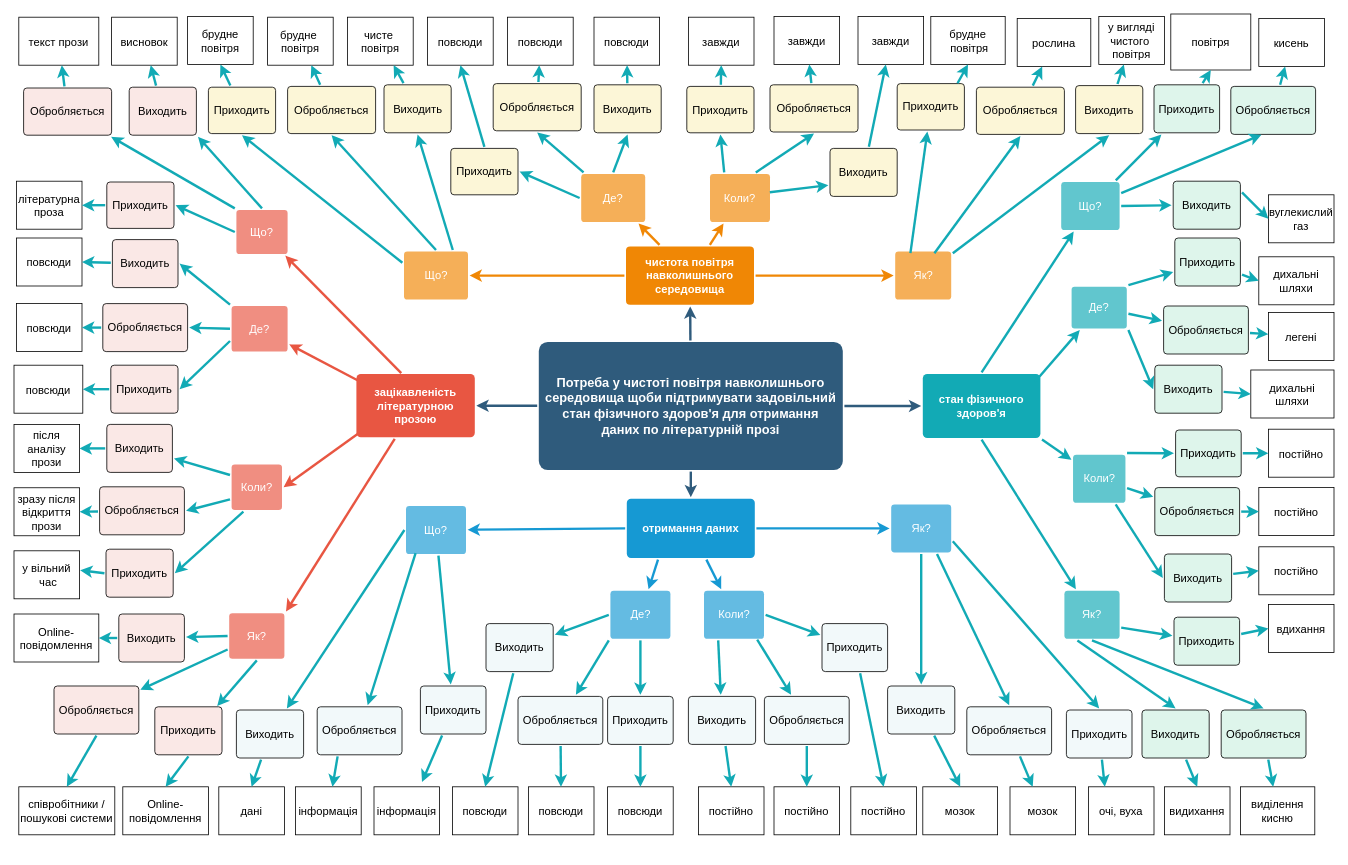
Earlier version of the draw.io diagram 1-SoftwareRequirements/1.1-DeterminingConsumerNeeds/1.1.2-MaterialNeedsDetails/MindMap.drawio (oleksandrblazhko/ai-216-shapoval). Source tidied: cells renumbered, new cells numbered last; positions are measured from the earlier drawing's top-left corner, leaving out a move shared by most shapes. Both pictures are drawn from the tidied source at 80%, with x=0, y=0 at pixel (14, 14).
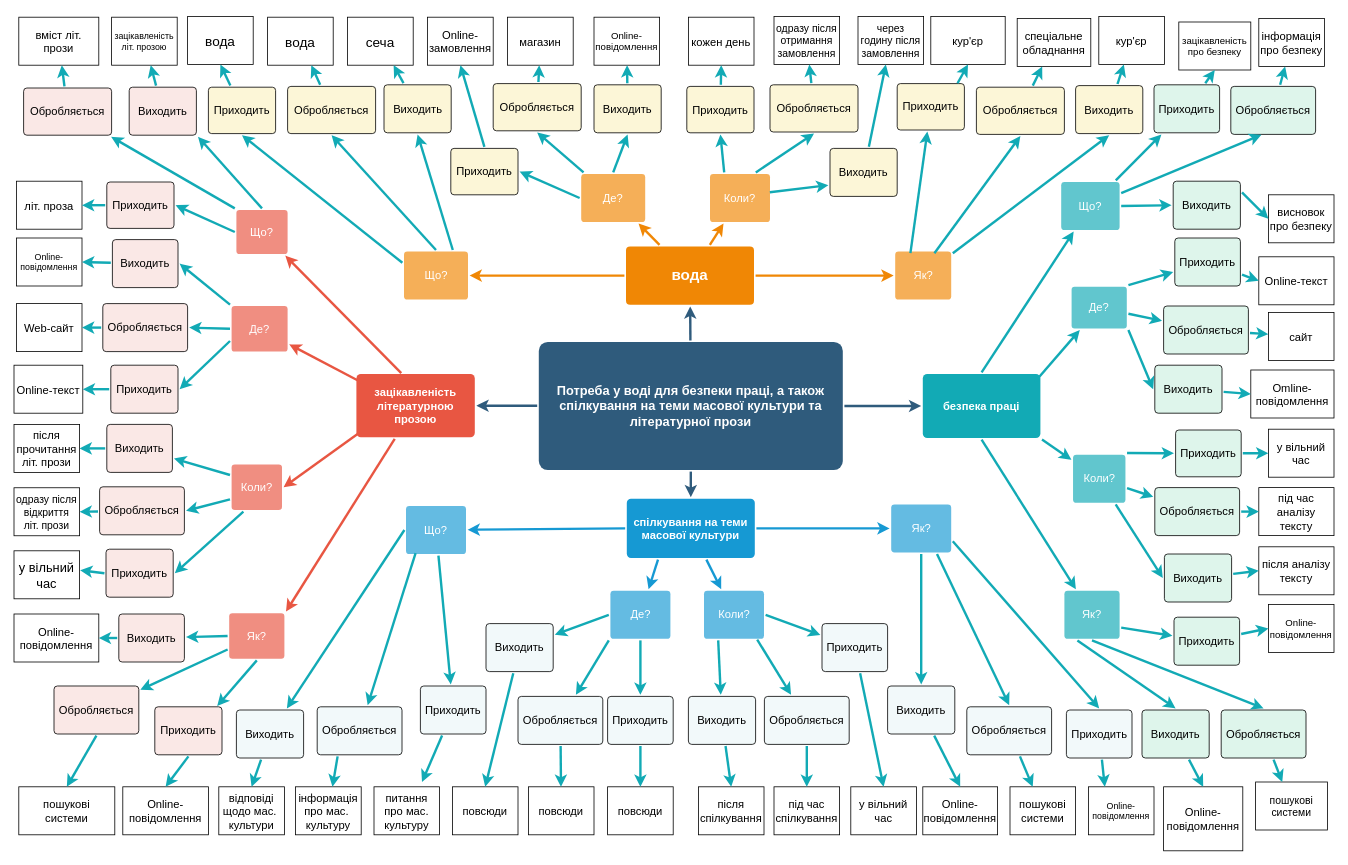
The same diagram, later.

The edit, as a diff of the source:
```diff
@@
-    <mxCell id="6" value="Потреба у чистоті повітря навколишнього середовища щоби підтримувати задовільний стан фізичного здоров'я для отримання даних по літературній прозі" style="rounded=1;whiteSpace=wrap;html=1;shadow=0;labelBackgroundColor=none;strokeColor=none;strokeWidth=3;fillColor=#2F5B7C;fontFamily=Helvetica;fontSize=16;fontColor=#FFFFFF;align=center;fontStyle=1;spacing=5;arcSize=7;perimeterSpacing=2;" parent="1" vertex="1">
+    <mxCell id="6" value="Потреба у воді для безпеки праці, а також спілкування на теми масової культури та літературної прози" style="rounded=1;whiteSpace=wrap;html=1;shadow=0;labelBackgroundColor=none;strokeColor=none;strokeWidth=3;fillColor=#2F5B7C;fontFamily=Helvetica;fontSize=16;fontColor=#FFFFFF;align=center;fontStyle=1;spacing=5;arcSize=7;perimeterSpacing=2;" parent="1" vertex="1">
       <mxGeometry x="656" y="410" width="380" height="160" as="geometry" />
     </mxCell>
@@
-    <mxCell id="8" value="отримання даних" style="rounded=1;whiteSpace=wrap;html=1;shadow=0;labelBackgroundColor=none;strokeColor=none;strokeWidth=3;fillColor=#1699d3;fontFamily=Helvetica;fontSize=14;fontColor=#FFFFFF;align=center;spacing=5;fontStyle=1;arcSize=7;perimeterSpacing=2;" parent="1" vertex="1">
+    <mxCell id="8" value="спілкування на теми масової культури" style="rounded=1;whiteSpace=wrap;html=1;shadow=0;labelBackgroundColor=none;strokeColor=none;strokeWidth=3;fillColor=#1699d3;fontFamily=Helvetica;fontSize=14;fontColor=#FFFFFF;align=center;spacing=5;fontStyle=1;arcSize=7;perimeterSpacing=2;" parent="1" vertex="1">
       <mxGeometry x="766" y="606" width="160" height="74" as="geometry" />
     </mxCell>
-    <mxCell id="9" value="чистота повітря навколишнього середовища" style="rounded=1;whiteSpace=wrap;html=1;shadow=0;labelBackgroundColor=none;strokeColor=none;strokeWidth=3;fillColor=#F08705;fontFamily=Helvetica;fontSize=14;fontColor=#FFFFFF;align=center;spacing=5;fontStyle=1;arcSize=7;perimeterSpacing=2;" parent="1" vertex="1">
+    <mxCell id="9" value="вода" style="rounded=1;whiteSpace=wrap;html=1;shadow=0;labelBackgroundColor=none;strokeColor=none;strokeWidth=3;fillColor=#F08705;fontFamily=Helvetica;fontSize=19;fontColor=#FFFFFF;align=center;spacing=5;fontStyle=1;arcSize=7;perimeterSpacing=2;" parent="1" vertex="1">
       <mxGeometry x="765" y="290.5" width="160" height="73" as="geometry" />
     </mxCell>
-    <mxCell id="10" value="стан фізичного здоров'я" style="rounded=1;whiteSpace=wrap;html=1;shadow=0;labelBackgroundColor=none;strokeColor=none;strokeWidth=3;fillColor=#12aab5;fontFamily=Helvetica;fontSize=14;fontColor=#FFFFFF;align=center;spacing=5;fontStyle=1;arcSize=7;perimeterSpacing=2;" parent="1" vertex="1">
+    <mxCell id="10" value="безпека праці" style="rounded=1;whiteSpace=wrap;html=1;shadow=0;labelBackgroundColor=none;strokeColor=none;strokeWidth=3;fillColor=#12aab5;fontFamily=Helvetica;fontSize=14;fontColor=#FFFFFF;align=center;spacing=5;fontStyle=1;arcSize=7;perimeterSpacing=2;" parent="1" vertex="1">
       <mxGeometry x="1136" y="450" width="147" height="80" as="geometry" />
     </mxCell>
@@
-    <mxCell id="49" value="повітря" style="fontFamily=Helvetica;fontSize=14;" parent="1" vertex="1">
-      <mxGeometry x="1446" width="100" height="70" as="geometry" />
+    <mxCell id="49" value="зацікавленість&#10;про безпеку" style="fontFamily=Helvetica;fontSize=12;" parent="1" vertex="1">
+      <mxGeometry x="1456" y="10" width="90" height="60" as="geometry" />
     </mxCell>
@@
-    <mxCell id="51" value="кисень" style="fontFamily=Helvetica;fontSize=14;" parent="1" vertex="1">
+    <mxCell id="51" value="інформація&#10;про безпеку" style="fontFamily=Helvetica;fontSize=14;" parent="1" vertex="1">
       <mxGeometry x="1556" y="5.5" width="82" height="60" as="geometry" />
     </mxCell>
-    <mxCell id="52" value="вуглекислий&#10;газ" style="fontFamily=Helvetica;fontSize=14;" parent="1" vertex="1">
+    <mxCell id="52" value="висновок&#10;про безпеку" style="fontFamily=Helvetica;fontSize=14;" parent="1" vertex="1">
       <mxGeometry x="1568" y="226" width="82" height="60" as="geometry" />
     </mxCell>
@@
-    <mxCell id="61" value="дихальні&#10;шляхи" style="fontFamily=Helvetica;fontSize=14;" parent="1" vertex="1">
+    <mxCell id="61" value="Online-текст" style="fontFamily=Helvetica;fontSize=14;" parent="1" vertex="1">
       <mxGeometry x="1556" y="303.5" width="94" height="60" as="geometry" />
     </mxCell>
@@
-    <mxCell id="63" value="легені" style="fontFamily=Helvetica;fontSize=14;" parent="1" vertex="1">
+    <mxCell id="63" value="сайт" style="fontFamily=Helvetica;fontSize=14;" parent="1" vertex="1">
       <mxGeometry x="1568" y="373" width="82" height="60" as="geometry" />
     </mxCell>
-    <mxCell id="64" value="дихальні&#10;шляхи" style="fontFamily=Helvetica;fontSize=14;" parent="1" vertex="1">
+    <mxCell id="64" value="Omline-&#10;повідомлення" style="fontFamily=Helvetica;fontSize=14;" parent="1" vertex="1">
       <mxGeometry x="1546" y="445" width="104" height="60" as="geometry" />
     </mxCell>
@@
-    <mxCell id="73" value="постійно" style="fontFamily=Helvetica;fontSize=14;" parent="1" vertex="1">
+    <mxCell id="73" value="у вільний&#10;час" style="fontFamily=Helvetica;fontSize=14;" parent="1" vertex="1">
       <mxGeometry x="1568" y="519" width="82" height="60" as="geometry" />
     </mxCell>
@@
-    <mxCell id="75" value="постійно" style="fontFamily=Helvetica;fontSize=14;" parent="1" vertex="1">
+    <mxCell id="75" value="під час&#10;аналізу&#10;тексту" style="fontFamily=Helvetica;fontSize=14;" parent="1" vertex="1">
       <mxGeometry x="1556" y="592" width="94" height="60" as="geometry" />
     </mxCell>
-    <mxCell id="76" value="постійно" style="fontFamily=Helvetica;fontSize=14;" parent="1" vertex="1">
+    <mxCell id="76" value="після аналізу&#10;тексту" style="fontFamily=Helvetica;fontSize=14;" parent="1" vertex="1">
       <mxGeometry x="1556" y="666" width="94" height="60" as="geometry" />
     </mxCell>
@@
-    <mxCell id="85" value="вдихання" style="fontFamily=Helvetica;fontSize=14;" parent="1" vertex="1">
+    <mxCell id="85" value="Online-&#10;повідомлення" style="fontFamily=Helvetica;fontSize=12;" parent="1" vertex="1">
       <mxGeometry x="1568" y="738" width="82" height="60" as="geometry" />
     </mxCell>
@@
-    <mxCell id="87" value="виділення&#10;кисню" style="fontFamily=Helvetica;fontSize=14;" parent="1" vertex="1">
-      <mxGeometry x="1533" y="966" width="93" height="60" as="geometry" />
+    <mxCell id="87" value="пошукові&#10;системи" style="fontFamily=Helvetica;fontSize=13;" parent="1" vertex="1">
+      <mxGeometry x="1552" y="960" width="90" height="60" as="geometry" />
     </mxCell>
-    <mxCell id="88" value="видихання" style="fontFamily=Helvetica;fontSize=14;" parent="1" vertex="1">
-      <mxGeometry x="1438" y="966" width="82" height="60" as="geometry" />
+    <mxCell id="88" value="Online-&#10;повідомлення" style="fontFamily=Helvetica;fontSize=14;" parent="1" vertex="1">
+      <mxGeometry x="1437" y="966" width="99" height="80" as="geometry" />
     </mxCell>
@@
-    <mxCell id="93" value="повсюди" style="fontFamily=Helvetica;fontSize=14;" parent="1" vertex="1">
+    <mxCell id="93" value="Online-&#10;повідомлення" style="fontFamily=Helvetica;fontSize=11;" parent="1" vertex="1">
       <mxGeometry x="3" y="280" width="82" height="60" as="geometry" />
     </mxCell>
@@
-    <mxCell id="95" value="повсюди" style="fontFamily=Helvetica;fontSize=14;" parent="1" vertex="1">
+    <mxCell id="95" value="Web-сайт" style="fontFamily=Helvetica;fontSize=14;" parent="1" vertex="1">
       <mxGeometry x="3" y="362" width="82" height="60" as="geometry" />
     </mxCell>
-    <mxCell id="96" value="повсюди" style="fontFamily=Helvetica;fontSize=14;" parent="1" vertex="1">
+    <mxCell id="96" value="Online-текст" style="fontFamily=Helvetica;fontSize=14;" parent="1" vertex="1">
       <mxGeometry y="439" width="86" height="60" as="geometry" />
     </mxCell>
@@
-    <mxCell id="101" value="після&#10;аналізу&#10;прози" style="fontFamily=Helvetica;fontSize=14;" parent="1" vertex="1">
+    <mxCell id="101" value="після&#10;прочитання&#10;літ. прози" style="fontFamily=Helvetica;fontSize=14;" parent="1" vertex="1">
       <mxGeometry y="513" width="82" height="60" as="geometry" />
     </mxCell>
@@
-    <mxCell id="103" value="зразу після &#10;відкриття&#10;прози" style="fontFamily=Helvetica;fontSize=14;" parent="1" vertex="1">
+    <mxCell id="103" value="одразу після&#10;відкриття&#10;літ. прози" style="fontFamily=Helvetica;fontSize=13;" parent="1" vertex="1">
       <mxGeometry y="592.2" width="82" height="60" as="geometry" />
     </mxCell>
-    <mxCell id="104" value="у вільний&#10; час" style="fontFamily=Helvetica;fontSize=14;" parent="1" vertex="1">
+    <mxCell id="104" value="у вільний&#10;час" style="fontFamily=Helvetica;fontSize=16;" parent="1" vertex="1">
       <mxGeometry y="671" width="82" height="60" as="geometry" />
     </mxCell>
@@
-    <mxCell id="114" value="літературна&#10;проза" style="fontFamily=Helvetica;fontSize=14;" parent="1" vertex="1">
+    <mxCell id="114" value="літ. проза" style="fontFamily=Helvetica;fontSize=14;" parent="1" vertex="1">
       <mxGeometry x="3" y="209" width="82" height="60" as="geometry" />
     </mxCell>
@@
-    <mxCell id="116" value="текст прози" style="fontFamily=Helvetica;fontSize=14;" parent="1" vertex="1">
+    <mxCell id="116" value="вміст літ.&#10;прози" style="fontFamily=Helvetica;fontSize=14;" parent="1" vertex="1">
       <mxGeometry x="6" y="4" width="100" height="60" as="geometry" />
     </mxCell>
-    <mxCell id="117" value="висновок" style="fontFamily=Helvetica;fontSize=14;" parent="1" vertex="1">
+    <mxCell id="117" value="зацікавленість&#10;літ. прозою" style="fontFamily=Helvetica;fontSize=11;" parent="1" vertex="1">
       <mxGeometry x="122" y="4" width="82" height="60" as="geometry" />
     </mxCell>
@@
-    <mxCell id="126" value="інформація" style="fontFamily=Helvetica;fontSize=14;" parent="1" vertex="1">
+    <mxCell id="126" value="питання&#10;про мас.&#10;культуру" style="fontFamily=Helvetica;fontSize=14;" parent="1" vertex="1">
       <mxGeometry x="450" y="966" width="82" height="60" as="geometry" />
     </mxCell>
@@
-    <mxCell id="128" value="інформація" style="fontFamily=Helvetica;fontSize=14;" parent="1" vertex="1">
+    <mxCell id="128" value="інформація&#10;про мас. &#10;культуру" style="fontFamily=Helvetica;fontSize=14;" parent="1" vertex="1">
       <mxGeometry x="352" y="966" width="82" height="60" as="geometry" />
     </mxCell>
-    <mxCell id="129" value="дані" style="fontFamily=Helvetica;fontSize=14;" parent="1" vertex="1">
+    <mxCell id="129" value="відповіді &#10;щодо мас. &#10;культури" style="fontFamily=Helvetica;fontSize=14;" parent="1" vertex="1">
       <mxGeometry x="256" y="966" width="82" height="60" as="geometry" />
     </mxCell>
@@
-    <mxCell id="144" value="очі, вуха" style="fontFamily=Helvetica;fontSize=14;" parent="1" vertex="1">
+    <mxCell id="144" value="Online-&#10;повідомлення" style="fontFamily=Helvetica;fontSize=11;" parent="1" vertex="1">
       <mxGeometry x="1343" y="966" width="82" height="60" as="geometry" />
     </mxCell>
@@
-    <mxCell id="146" value="мозок" style="fontFamily=Helvetica;fontSize=14;" parent="1" vertex="1">
+    <mxCell id="146" value="пошукові&#10;системи" style="fontFamily=Helvetica;fontSize=14;" parent="1" vertex="1">
       <mxGeometry x="1245" y="966" width="82" height="60" as="geometry" />
     </mxCell>
-    <mxCell id="147" value="мозок" style="fontFamily=Helvetica;fontSize=14;" parent="1" vertex="1">
+    <mxCell id="147" value="Online-&#10;повідомлення" style="fontFamily=Helvetica;fontSize=14;" parent="1" vertex="1">
       <mxGeometry x="1136" y="966" width="93.5" height="60" as="geometry" />
     </mxCell>
@@
-    <mxCell id="156" value="постійно" style="fontFamily=Helvetica;fontSize=14;" parent="1" vertex="1">
+    <mxCell id="156" value="у вільний&#10;час" style="fontFamily=Helvetica;fontSize=14;" parent="1" vertex="1">
       <mxGeometry x="1046" y="966" width="82" height="60" as="geometry" />
     </mxCell>
@@
-    <mxCell id="158" value="постійно" style="fontFamily=Helvetica;fontSize=14;" parent="1" vertex="1">
+    <mxCell id="158" value="під час&#10;спілкування" style="fontFamily=Helvetica;fontSize=14;" parent="1" vertex="1">
       <mxGeometry x="950" y="966" width="82" height="60" as="geometry" />
     </mxCell>
-    <mxCell id="159" value="постійно" style="fontFamily=Helvetica;fontSize=14;" parent="1" vertex="1">
+    <mxCell id="159" value="після&#10;спілкування" style="fontFamily=Helvetica;fontSize=14;" parent="1" vertex="1">
       <mxGeometry x="855.5" y="966" width="82" height="60" as="geometry" />
     </mxCell>
@@
-    <mxCell id="178" value="співробітники / &#10;пошукові системи" style="fontFamily=Helvetica;fontSize=14;" parent="1" vertex="1">
+    <mxCell id="178" value="пошукові&#10;системи" style="fontFamily=Helvetica;fontSize=14;" parent="1" vertex="1">
       <mxGeometry x="6" y="966" width="120" height="60" as="geometry" />
     </mxCell>
@@
-    <mxCell id="192" value="брудне&#10;повітря" style="fontFamily=Helvetica;fontSize=14;" parent="1" vertex="1">
+    <mxCell id="192" value="вода" style="fontFamily=Helvetica;fontSize=17;" parent="1" vertex="1">
       <mxGeometry x="217" y="3" width="82" height="60" as="geometry" />
     </mxCell>
@@
-    <mxCell id="194" value="брудне &#10;повітря" style="fontFamily=Helvetica;fontSize=14;" parent="1" vertex="1">
+    <mxCell id="194" value="вода" style="fontFamily=Helvetica;fontSize=17;" parent="1" vertex="1">
       <mxGeometry x="317" y="4" width="82" height="60" as="geometry" />
     </mxCell>
-    <mxCell id="195" value="чисте &#10;повітря" style="fontFamily=Helvetica;fontSize=14;" parent="1" vertex="1">
+    <mxCell id="195" value="сеча" style="fontFamily=Helvetica;fontSize=17;" parent="1" vertex="1">
       <mxGeometry x="417" y="4" width="82" height="60" as="geometry" />
     </mxCell>
@@
-    <mxCell id="204" value="повсюди" style="fontFamily=Helvetica;fontSize=14;" parent="1" vertex="1">
+    <mxCell id="204" value="Online-&#10;замовлення" style="fontFamily=Helvetica;fontSize=14;" parent="1" vertex="1">
       <mxGeometry x="517" y="4" width="82" height="60" as="geometry" />
     </mxCell>
@@
-    <mxCell id="206" value="повсюди" style="fontFamily=Helvetica;fontSize=14;" parent="1" vertex="1">
+    <mxCell id="206" value="магазин" style="fontFamily=Helvetica;fontSize=14;" parent="1" vertex="1">
       <mxGeometry x="617" y="4" width="82" height="60" as="geometry" />
     </mxCell>
-    <mxCell id="207" value="повсюди" style="fontFamily=Helvetica;fontSize=14;" parent="1" vertex="1">
+    <mxCell id="207" value="Online-&#10;повідомлення" style="fontFamily=Helvetica;fontSize=12;" parent="1" vertex="1">
       <mxGeometry x="725" y="4" width="82" height="60" as="geometry" />
     </mxCell>
@@
-    <mxCell id="216" value="завжди" style="fontFamily=Helvetica;fontSize=14;" parent="1" vertex="1">
+    <mxCell id="216" value="кожен день" style="fontFamily=Helvetica;fontSize=14;" parent="1" vertex="1">
       <mxGeometry x="843" y="4" width="82" height="60" as="geometry" />
     </mxCell>
@@
-    <mxCell id="218" value="завжди" style="fontFamily=Helvetica;fontSize=14;" parent="1" vertex="1">
+    <mxCell id="218" value="одразу після &#10;отримання&#10;замовлення" style="fontFamily=Helvetica;fontSize=13;" parent="1" vertex="1">
       <mxGeometry x="950" y="3" width="82" height="60" as="geometry" />
     </mxCell>
-    <mxCell id="219" value="завжди" style="fontFamily=Helvetica;fontSize=14;" parent="1" vertex="1">
+    <mxCell id="219" value="через&#10;годину після&#10;замовлення" style="fontFamily=Helvetica;fontSize=13;" parent="1" vertex="1">
       <mxGeometry x="1055" y="3" width="82" height="60" as="geometry" />
     </mxCell>
@@
-    <mxCell id="227" value="брудне&#10; повітря" style="fontFamily=Helvetica;fontSize=14;" parent="1" vertex="1">
+    <mxCell id="227" value="кур'єр" style="fontFamily=Helvetica;fontSize=14;" parent="1" vertex="1">
       <mxGeometry x="1146" y="3" width="93" height="60" as="geometry" />
     </mxCell>
@@
-    <mxCell id="229" value="рослина" style="fontFamily=Helvetica;fontSize=14;" parent="1" vertex="1">
+    <mxCell id="229" value="спеціальне&#10;обладнання" style="fontFamily=Helvetica;fontSize=14;" parent="1" vertex="1">
       <mxGeometry x="1254" y="5.5" width="92" height="60" as="geometry" />
     </mxCell>
-    <mxCell id="230" value="у вигляді&#10;чистого &#10;повітря" style="fontFamily=Helvetica;fontSize=14;" parent="1" vertex="1">
+    <mxCell id="230" value="кур'єр" style="fontFamily=Helvetica;fontSize=14;" parent="1" vertex="1">
       <mxGeometry x="1356" y="3" width="82" height="60" as="geometry" />
     </mxCell>
```
